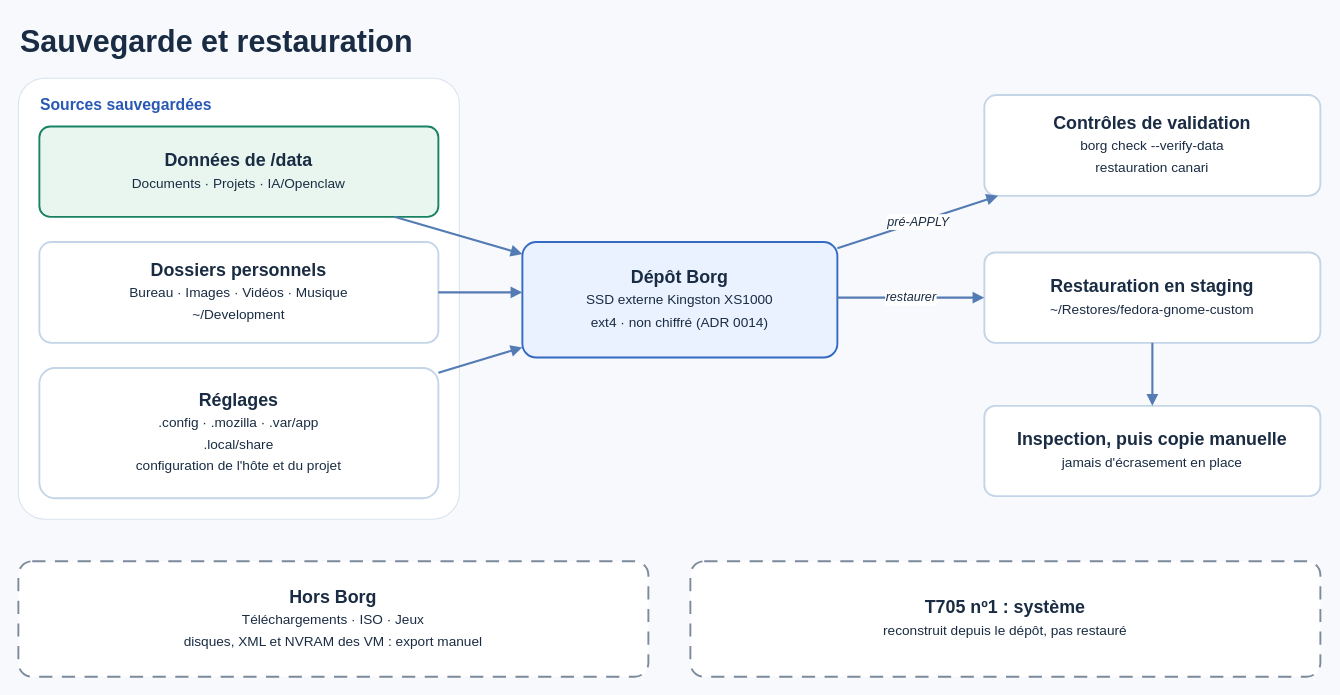
This is docs/assets/diagrams/sauvegarde-restauration.drawio from mathiasseguincadiche/FEDORA_GNOME_CUSTOM, a draw.io file, before an edit. Source tidied: cells renumbered, new cells numbered last; positions are measured from the earlier drawing's top-left corner, leaving out a move shared by most shapes. Both pictures are drawn from the tidied source at 105%, with x=0, y=0 at pixel (18, 18).
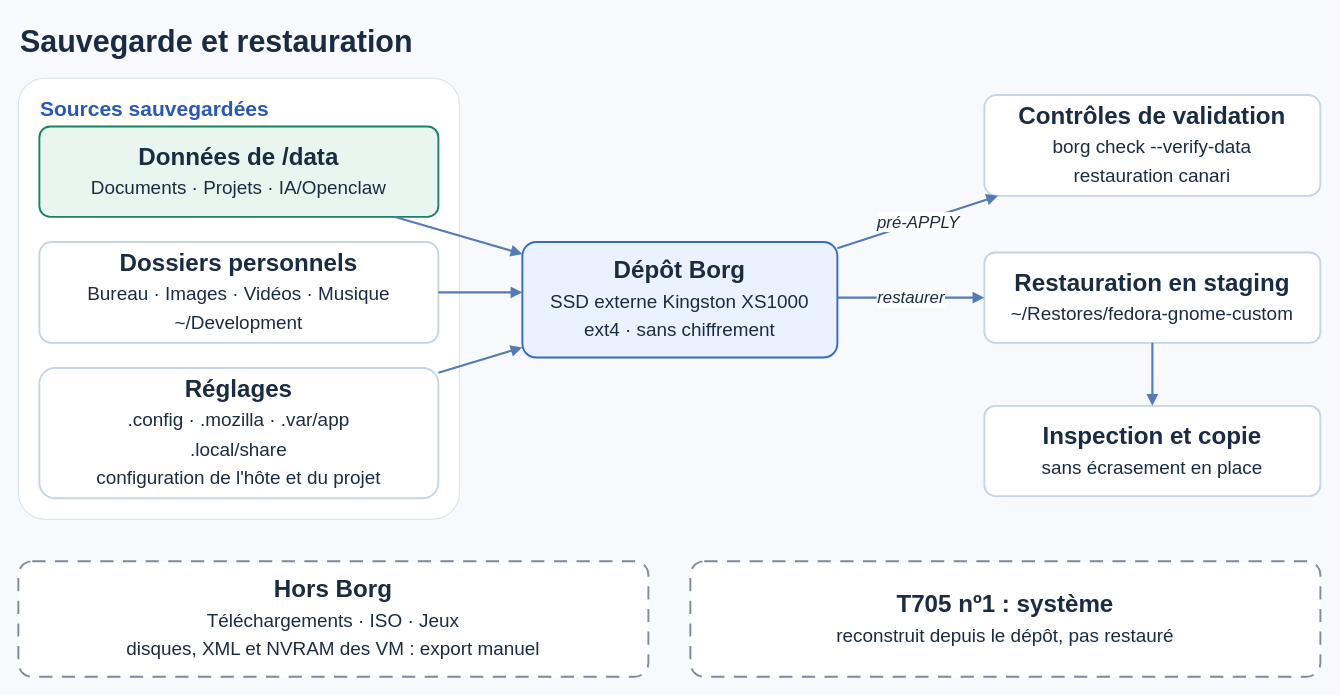
After the change.

What changed in the source:
```diff
@@
 <mxGraphModel background="#F7F9FC">
   <root>
     <mxCell id="0" />
     <mxCell id="1" parent="0" />
     <mxCell id="2" value="Sauvegarde et restauration" style="text;html=1;fontSize=29;fontStyle=1;fontColor=#1A2C43;fontFamily=Arial;align=left;verticalAlign=middle;" parent="1" vertex="1">
       <mxGeometry width="1240" height="46" as="geometry" />
     </mxCell>
-    <mxCell id="3" value="Sources sauvegardées" style="rounded=1;arcSize=6;whiteSpace=wrap;html=1;fillColor=#FFFFFF;strokeColor=#D9E3EF;fontColor=#2959B4;fontStyle=1;fontSize=15;fontFamily=Arial;verticalAlign=top;align=left;spacingLeft=19;spacingTop=10;" parent="1" vertex="1">
+    <mxCell id="3" value="Sources sauvegardées" style="rounded=1;arcSize=6;whiteSpace=wrap;html=1;fillColor=#FFFFFF;strokeColor=#D9E3EF;fontColor=#2959B4;fontStyle=1;fontSize=20;fontFamily=Arial;verticalAlign=top;align=left;spacingLeft=19;spacingTop=10;" parent="1" vertex="1">
       <mxGeometry y="57" width="420" height="420" as="geometry" />
     </mxCell>
-    <mxCell id="4" value="&lt;b&gt;Données de /data&lt;/b&gt;&lt;br&gt;&lt;span style=&quot;font-size:13px&quot;&gt;Documents · Projets · IA/Openclaw&lt;/span&gt;" style="rounded=1;arcSize=12;whiteSpace=wrap;html=1;fillColor=#E8F6EF;strokeColor=#198263;strokeWidth=1.8;fontColor=#1A2C43;fontSize=17;fontFamily=Arial;" parent="1" vertex="1">
+    <mxCell id="4" value="&lt;b&gt;Données de /data&lt;/b&gt;&lt;br&gt;&lt;span style=&quot;font-size:18px&quot;&gt;Documents · Projets · IA/Openclaw&lt;/span&gt;" style="rounded=1;arcSize=12;whiteSpace=wrap;html=1;fillColor=#E8F6EF;strokeColor=#198263;strokeWidth=1.8;fontColor=#1A2C43;fontSize=23;fontFamily=Arial;" parent="1" vertex="1">
       <mxGeometry x="20" y="103" width="380" height="86" as="geometry" />
     </mxCell>
-    <mxCell id="5" value="&lt;b&gt;Dossiers personnels&lt;/b&gt;&lt;br&gt;&lt;span style=&quot;font-size:13px&quot;&gt;Bureau · Images · Vidéos · Musique&lt;/span&gt;&lt;br&gt;&lt;span style=&quot;font-size:13px&quot;&gt;~/Development&lt;/span&gt;" style="rounded=1;arcSize=12;whiteSpace=wrap;html=1;fillColor=#FFFFFF;strokeColor=#C4D5E8;strokeWidth=1.8;fontColor=#1A2C43;fontSize=17;fontFamily=Arial;" parent="1" vertex="1">
+    <mxCell id="5" value="&lt;b&gt;Dossiers personnels&lt;/b&gt;&lt;br&gt;&lt;span style=&quot;font-size:18px&quot;&gt;Bureau · Images · Vidéos · Musique&lt;/span&gt;&lt;br&gt;&lt;span style=&quot;font-size:18px&quot;&gt;~/Development&lt;/span&gt;" style="rounded=1;arcSize=12;whiteSpace=wrap;html=1;fillColor=#FFFFFF;strokeColor=#C4D5E8;strokeWidth=1.8;fontColor=#1A2C43;fontSize=23;fontFamily=Arial;" parent="1" vertex="1">
       <mxGeometry x="20" y="213" width="380" height="96" as="geometry" />
     </mxCell>
-    <mxCell id="6" value="&lt;b&gt;Réglages&lt;/b&gt;&lt;br&gt;&lt;span style=&quot;font-size:13px&quot;&gt;.config · .mozilla · .var/app&lt;/span&gt;&lt;br&gt;&lt;span style=&quot;font-size:13px&quot;&gt;.local/share&lt;/span&gt;&lt;br&gt;&lt;span style=&quot;font-size:13px&quot;&gt;configuration de l&amp;#x27;hôte et du projet&lt;/span&gt;" style="rounded=1;arcSize=12;whiteSpace=wrap;html=1;fillColor=#FFFFFF;strokeColor=#C4D5E8;strokeWidth=1.8;fontColor=#1A2C43;fontSize=17;fontFamily=Arial;" parent="1" vertex="1">
+    <mxCell id="6" value="&lt;b&gt;Réglages&lt;/b&gt;&lt;br&gt;&lt;span style=&quot;font-size:18px&quot;&gt;.config · .mozilla · .var/app&lt;/span&gt;&lt;br&gt;&lt;span style=&quot;font-size:18px&quot;&gt;.local/share&lt;/span&gt;&lt;br&gt;&lt;span style=&quot;font-size:18px&quot;&gt;configuration de l&amp;#x27;hôte et du projet&lt;/span&gt;" style="rounded=1;arcSize=12;whiteSpace=wrap;html=1;fillColor=#FFFFFF;strokeColor=#C4D5E8;strokeWidth=1.8;fontColor=#1A2C43;fontSize=23;fontFamily=Arial;" parent="1" vertex="1">
       <mxGeometry x="20" y="333" width="380" height="124" as="geometry" />
     </mxCell>
-    <mxCell id="7" value="&lt;b&gt;Dépôt Borg&lt;/b&gt;&lt;br&gt;&lt;span style=&quot;font-size:13px&quot;&gt;SSD externe Kingston XS1000&lt;/span&gt;&lt;br&gt;&lt;span style=&quot;font-size:13px&quot;&gt;ext4 · non chiffré (ADR 0014)&lt;/span&gt;" style="rounded=1;arcSize=12;whiteSpace=wrap;html=1;fillColor=#EAF2FF;strokeColor=#346AC4;strokeWidth=1.8;fontColor=#1A2C43;fontSize=17;fontFamily=Arial;" parent="1" vertex="1">
+    <mxCell id="7" value="&lt;b&gt;Dépôt Borg&lt;/b&gt;&lt;br&gt;&lt;span style=&quot;font-size:18px&quot;&gt;SSD externe Kingston XS1000&lt;/span&gt;&lt;br&gt;&lt;span style=&quot;font-size:18px&quot;&gt;ext4 · sans chiffrement&lt;/span&gt;" style="rounded=1;arcSize=12;whiteSpace=wrap;html=1;fillColor=#EAF2FF;strokeColor=#346AC4;strokeWidth=1.8;fontColor=#1A2C43;fontSize=23;fontFamily=Arial;" parent="1" vertex="1">
       <mxGeometry x="480" y="213" width="300" height="110" as="geometry" />
     </mxCell>
-    <mxCell id="8" value="&lt;b&gt;Contrôles de validation&lt;/b&gt;&lt;br&gt;&lt;span style=&quot;font-size:13px&quot;&gt;borg check --verify-data&lt;/span&gt;&lt;br&gt;&lt;span style=&quot;font-size:13px&quot;&gt;restauration canari&lt;/span&gt;" style="rounded=1;arcSize=12;whiteSpace=wrap;html=1;fillColor=#FFFFFF;strokeColor=#C4D5E8;strokeWidth=1.8;fontColor=#1A2C43;fontSize=17;fontFamily=Arial;" parent="1" vertex="1">
+    <mxCell id="8" value="&lt;b&gt;Contrôles de validation&lt;/b&gt;&lt;br&gt;&lt;span style=&quot;font-size:18px&quot;&gt;borg check --verify-data&lt;/span&gt;&lt;br&gt;&lt;span style=&quot;font-size:18px&quot;&gt;restauration canari&lt;/span&gt;" style="rounded=1;arcSize=12;whiteSpace=wrap;html=1;fillColor=#FFFFFF;strokeColor=#C4D5E8;strokeWidth=1.8;fontColor=#1A2C43;fontSize=23;fontFamily=Arial;" parent="1" vertex="1">
       <mxGeometry x="920" y="73" width="320" height="96" as="geometry" />
     </mxCell>
-    <mxCell id="9" value="&lt;b&gt;Restauration en staging&lt;/b&gt;&lt;br&gt;&lt;span style=&quot;font-size:13px&quot;&gt;~/Restores/fedora-gnome-custom&lt;/span&gt;" style="rounded=1;arcSize=12;whiteSpace=wrap;html=1;fillColor=#FFFFFF;strokeColor=#C4D5E8;strokeWidth=1.8;fontColor=#1A2C43;fontSize=17;fontFamily=Arial;" parent="1" vertex="1">
+    <mxCell id="9" value="&lt;b&gt;Restauration en staging&lt;/b&gt;&lt;br&gt;&lt;span style=&quot;font-size:18px&quot;&gt;~/Restores/fedora-gnome-custom&lt;/span&gt;" style="rounded=1;arcSize=12;whiteSpace=wrap;html=1;fillColor=#FFFFFF;strokeColor=#C4D5E8;strokeWidth=1.8;fontColor=#1A2C43;fontSize=23;fontFamily=Arial;" parent="1" vertex="1">
       <mxGeometry x="920" y="223" width="320" height="86" as="geometry" />
     </mxCell>
-    <mxCell id="10" value="&lt;b&gt;Inspection, puis copie manuelle&lt;/b&gt;&lt;br&gt;&lt;span style=&quot;font-size:13px&quot;&gt;jamais d&amp;#x27;écrasement en place&lt;/span&gt;" style="rounded=1;arcSize=12;whiteSpace=wrap;html=1;fillColor=#FFFFFF;strokeColor=#C4D5E8;strokeWidth=1.8;fontColor=#1A2C43;fontSize=17;fontFamily=Arial;" parent="1" vertex="1">
+    <mxCell id="10" value="&lt;b&gt;Inspection et copie&lt;/b&gt;&lt;br&gt;&lt;span style=&quot;font-size:18px&quot;&gt;sans écrasement en place&lt;/span&gt;" style="rounded=1;arcSize=12;whiteSpace=wrap;html=1;fillColor=#FFFFFF;strokeColor=#C4D5E8;strokeWidth=1.8;fontColor=#1A2C43;fontSize=23;fontFamily=Arial;" parent="1" vertex="1">
       <mxGeometry x="920" y="369" width="320" height="86" as="geometry" />
     </mxCell>
-    <mxCell id="11" value="&lt;b&gt;Hors Borg&lt;/b&gt;&lt;br&gt;&lt;span style=&quot;font-size:13px&quot;&gt;Téléchargements · ISO · Jeux&lt;/span&gt;&lt;br&gt;&lt;span style=&quot;font-size:13px&quot;&gt;disques, XML et NVRAM des VM : export manuel&lt;/span&gt;" style="rounded=1;arcSize=12;whiteSpace=wrap;html=1;fillColor=#FFFFFF;strokeColor=#7C8A9C;strokeWidth=1.8;fontColor=#1A2C43;fontSize=17;fontFamily=Arial;dashed=1;dashPattern=7 5;" parent="1" vertex="1">
+    <mxCell id="11" value="&lt;b&gt;Hors Borg&lt;/b&gt;&lt;br&gt;&lt;span style=&quot;font-size:18px&quot;&gt;Téléchargements · ISO · Jeux&lt;/span&gt;&lt;br&gt;&lt;span style=&quot;font-size:18px&quot;&gt;disques, XML et NVRAM des VM : export manuel&lt;/span&gt;" style="rounded=1;arcSize=12;whiteSpace=wrap;html=1;fillColor=#FFFFFF;strokeColor=#7C8A9C;strokeWidth=1.8;fontColor=#1A2C43;fontSize=23;fontFamily=Arial;dashed=1;dashPattern=7 5;" parent="1" vertex="1">
       <mxGeometry y="517" width="600" height="110" as="geometry" />
     </mxCell>
-    <mxCell id="12" value="&lt;b&gt;T705 nº1 : système&lt;/b&gt;&lt;br&gt;&lt;span style=&quot;font-size:13px&quot;&gt;reconstruit depuis le dépôt, pas restauré&lt;/span&gt;" style="rounded=1;arcSize=12;whiteSpace=wrap;html=1;fillColor=#FFFFFF;strokeColor=#7C8A9C;strokeWidth=1.8;fontColor=#1A2C43;fontSize=17;fontFamily=Arial;dashed=1;dashPattern=7 5;" parent="1" vertex="1">
+    <mxCell id="12" value="&lt;b&gt;T705 nº1 : système&lt;/b&gt;&lt;br&gt;&lt;span style=&quot;font-size:18px&quot;&gt;reconstruit depuis le dépôt, pas restauré&lt;/span&gt;" style="rounded=1;arcSize=12;whiteSpace=wrap;html=1;fillColor=#FFFFFF;strokeColor=#7C8A9C;strokeWidth=1.8;fontColor=#1A2C43;fontSize=23;fontFamily=Arial;dashed=1;dashPattern=7 5;" parent="1" vertex="1">
       <mxGeometry x="640" y="517" width="600" height="110" as="geometry" />
     </mxCell>
-    <mxCell id="13" style="endArrow=block;endFill=1;html=1;strokeColor=#547BB4;strokeWidth=2;fontColor=#1A2C43;fontSize=12;fontStyle=2;fontFamily=Arial;labelBackgroundColor=#FFFFFF;exitX=0.8896;exitY=1.0000;exitDx=0;exitDy=0;entryX=0.0000;entryY=0.1039;entryDx=0;entryDy=0;" parent="1" edge="1" source="4" target="7">
+    <mxCell id="13" style="endArrow=block;endFill=1;html=1;strokeColor=#547BB4;strokeWidth=2;fontColor=#1A2C43;fontSize=16;fontStyle=2;fontFamily=Arial;labelBackgroundColor=#FFFFFF;exitX=0.8896;exitY=1.0000;exitDx=0;exitDy=0;entryX=0.0000;entryY=0.1039;entryDx=0;entryDy=0;" parent="1" edge="1" source="4" target="7">
       <mxGeometry relative="1" as="geometry" />
     </mxCell>
-    <mxCell id="14" style="endArrow=block;endFill=1;html=1;strokeColor=#547BB4;strokeWidth=2;fontColor=#1A2C43;fontSize=12;fontStyle=2;fontFamily=Arial;labelBackgroundColor=#FFFFFF;exitX=1.0000;exitY=0.5000;exitDx=0;exitDy=0;entryX=0.0000;entryY=0.4364;entryDx=0;entryDy=0;" parent="1" edge="1" source="5" target="7">
+    <mxCell id="14" style="endArrow=block;endFill=1;html=1;strokeColor=#547BB4;strokeWidth=2;fontColor=#1A2C43;fontSize=16;fontStyle=2;fontFamily=Arial;labelBackgroundColor=#FFFFFF;exitX=1.0000;exitY=0.5000;exitDx=0;exitDy=0;entryX=0.0000;entryY=0.4364;entryDx=0;entryDy=0;" parent="1" edge="1" source="5" target="7">
       <mxGeometry relative="1" as="geometry" />
     </mxCell>
-    <mxCell id="15" style="endArrow=block;endFill=1;html=1;strokeColor=#547BB4;strokeWidth=2;fontColor=#1A2C43;fontSize=12;fontStyle=2;fontFamily=Arial;labelBackgroundColor=#FFFFFF;exitX=1.0000;exitY=0.0367;exitDx=0;exitDy=0;entryX=0.0000;entryY=0.9123;entryDx=0;entryDy=0;" parent="1" edge="1" source="6" target="7">
+    <mxCell id="15" style="endArrow=block;endFill=1;html=1;strokeColor=#547BB4;strokeWidth=2;fontColor=#1A2C43;fontSize=16;fontStyle=2;fontFamily=Arial;labelBackgroundColor=#FFFFFF;exitX=1.0000;exitY=0.0367;exitDx=0;exitDy=0;entryX=0.0000;entryY=0.9123;entryDx=0;entryDy=0;" parent="1" edge="1" source="6" target="7">
       <mxGeometry relative="1" as="geometry" />
     </mxCell>
-    <mxCell id="16" value="pré-APPLY" style="endArrow=block;endFill=1;html=1;strokeColor=#547BB4;strokeWidth=2;fontColor=#1A2C43;fontSize=12;fontStyle=2;fontFamily=Arial;labelBackgroundColor=#FFFFFF;exitX=1.0000;exitY=0.0545;exitDx=0;exitDy=0;entryX=0.0408;entryY=1.0000;entryDx=0;entryDy=0;" parent="1" edge="1" source="7" target="8">
+    <mxCell id="16" value="pré-APPLY" style="endArrow=block;endFill=1;html=1;strokeColor=#547BB4;strokeWidth=2;fontColor=#1A2C43;fontSize=16;fontStyle=2;fontFamily=Arial;labelBackgroundColor=#FFFFFF;exitX=1.0000;exitY=0.0545;exitDx=0;exitDy=0;entryX=0.0408;entryY=1.0000;entryDx=0;entryDy=0;" parent="1" edge="1" source="7" target="8">
       <mxGeometry relative="1" as="geometry" />
     </mxCell>
-    <mxCell id="17" value="restaurer" style="endArrow=block;endFill=1;html=1;strokeColor=#547BB4;strokeWidth=2;fontColor=#1A2C43;fontSize=12;fontStyle=2;fontFamily=Arial;labelBackgroundColor=#FFFFFF;exitX=1.0000;exitY=0.4818;exitDx=0;exitDy=0;entryX=0.0000;entryY=0.5000;entryDx=0;entryDy=0;" parent="1" edge="1" source="7" target="9">
+    <mxCell id="17" value="restaurer" style="endArrow=block;endFill=1;html=1;strokeColor=#547BB4;strokeWidth=2;fontColor=#1A2C43;fontSize=16;fontStyle=2;fontFamily=Arial;labelBackgroundColor=#FFFFFF;exitX=1.0000;exitY=0.4818;exitDx=0;exitDy=0;entryX=0.0000;entryY=0.5000;entryDx=0;entryDy=0;" parent="1" edge="1" source="7" target="9">
       <mxGeometry relative="1" as="geometry" />
     </mxCell>
-    <mxCell id="18" style="endArrow=block;endFill=1;html=1;strokeColor=#547BB4;strokeWidth=2;fontColor=#1A2C43;fontSize=12;fontStyle=2;fontFamily=Arial;labelBackgroundColor=#FFFFFF;exitX=0.5000;exitY=1.0000;exitDx=0;exitDy=0;entryX=0.5000;entryY=0.0000;entryDx=0;entryDy=0;" parent="1" edge="1" source="9" target="10">
+    <mxCell id="18" style="endArrow=block;endFill=1;html=1;strokeColor=#547BB4;strokeWidth=2;fontColor=#1A2C43;fontSize=16;fontStyle=2;fontFamily=Arial;labelBackgroundColor=#FFFFFF;exitX=0.5000;exitY=1.0000;exitDx=0;exitDy=0;entryX=0.5000;entryY=0.0000;entryDx=0;entryDy=0;" parent="1" edge="1" source="9" target="10">
       <mxGeometry relative="1" as="geometry" />
     </mxCell>
   </root>
 </mxGraphModel>
```
